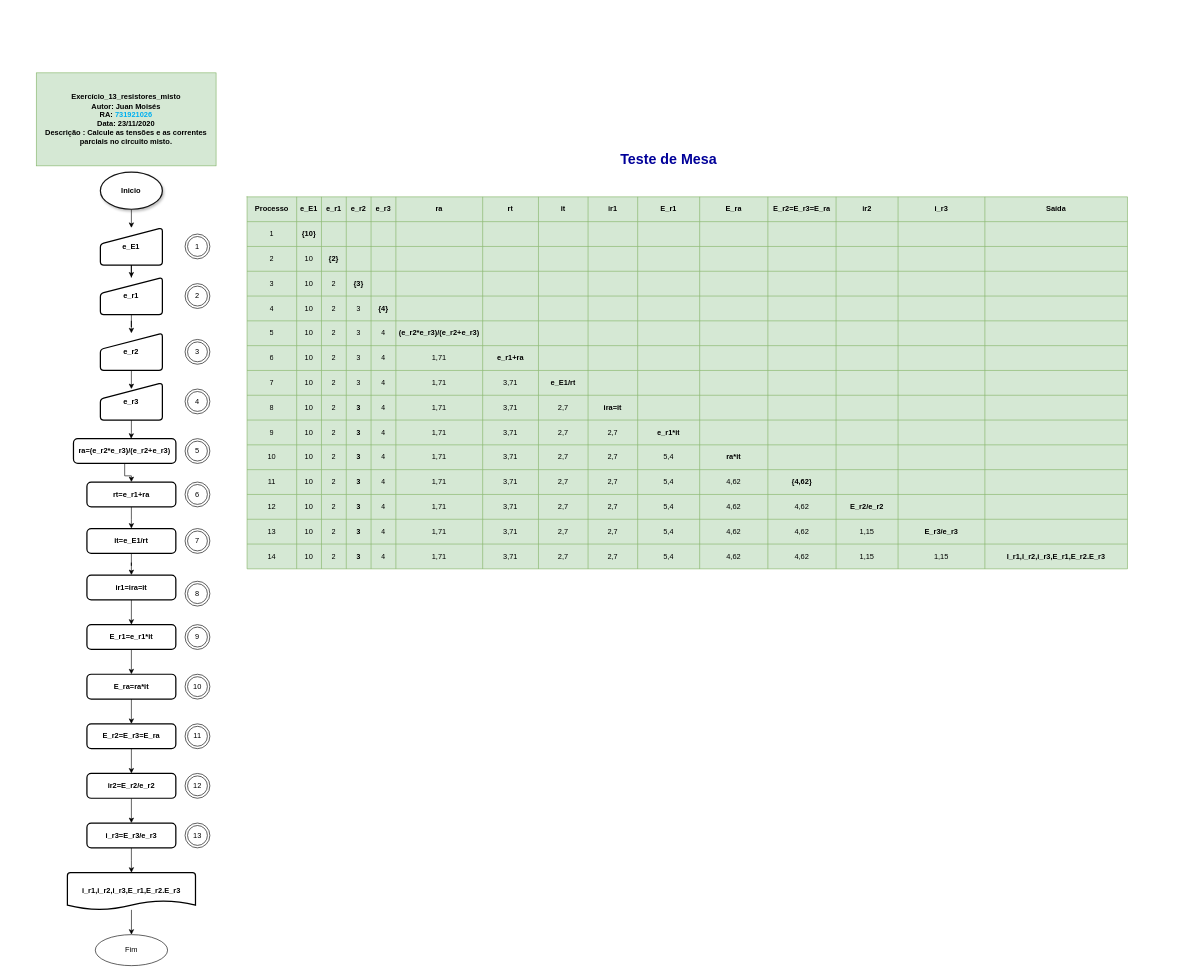
The draw.io diagram Exercicio_13_resistores_misto.drawio in juanmoises/FATEC-ELETRONICA-731921026-juan-LTP, before the edit. Source tidied: cells renumbered, new cells numbered last; positions are measured from the earlier drawing's top-left corner, leaving out a move shared by most shapes. Both pictures are drawn from the tidied source at 62%, with x=0, y=0 at pixel (36, 73).
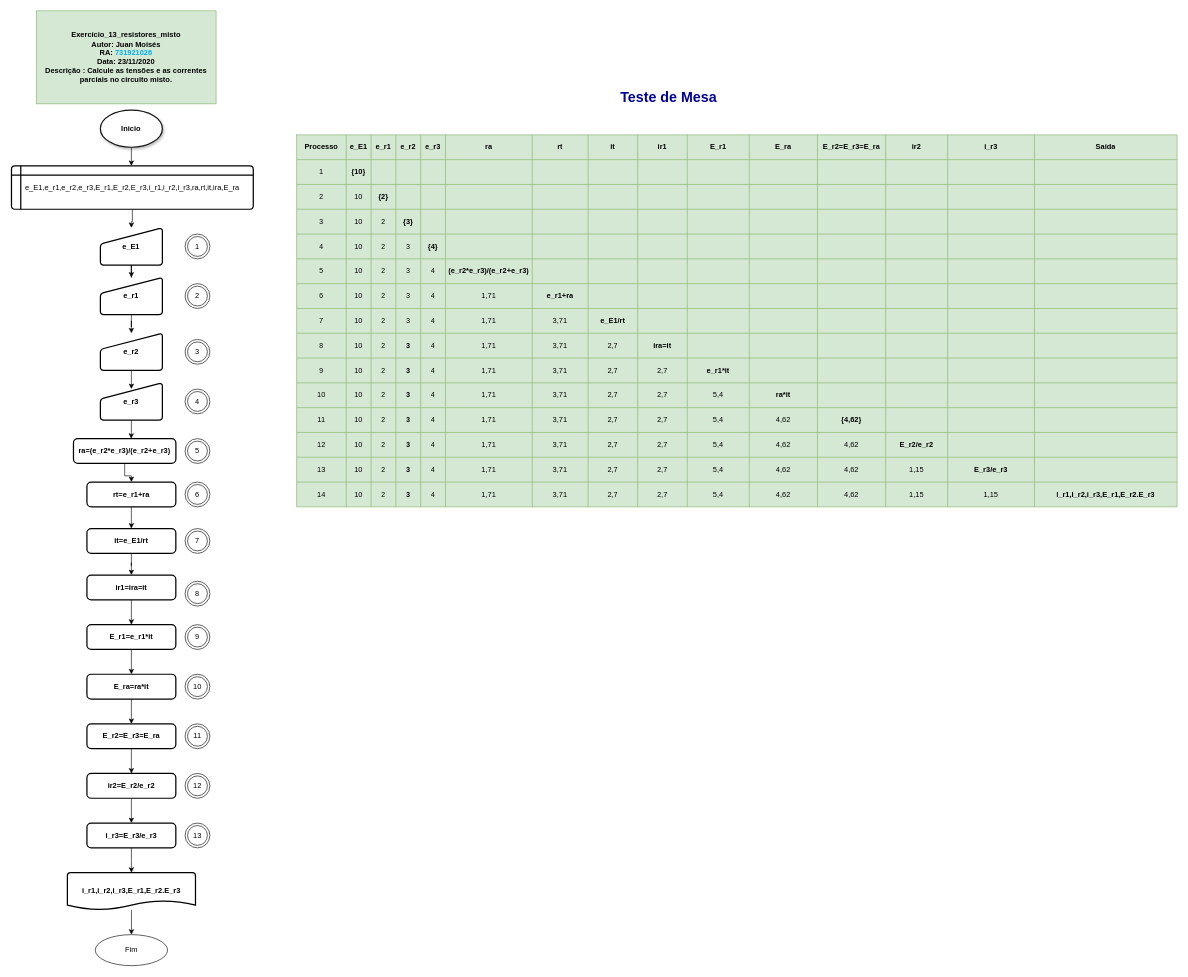
After the change.

The change refers to these unchanged cells:
```xml
<mxCell id="257" value="e_E1" style="html=1;strokeWidth=2;shape=manualInput;whiteSpace=wrap;rounded=1;size=26;arcSize=11;fontStyle=1;" parent="1" vertex="1">
  <mxGeometry x="103.4" y="250" width="100" height="60" as="geometry" />
</mxCell>
```

The edit, as a diff of the source:
```diff
@@
     <mxCell id="2" value="Exercício_13_resistores_misto&lt;br&gt;Autor: Juan Moisés&lt;br&gt;RA:&amp;nbsp;&lt;b&gt;&lt;span style=&quot;font-size: 9.0pt ; line-height: 107% ; font-family: &amp;#34;calibri&amp;#34; , sans-serif ; color: #00b0f0&quot;&gt;731921026&lt;/span&gt;&lt;/b&gt;&lt;br&gt;Data: 23/11/2020&lt;br&gt;Descrição :&amp;nbsp;Calcule as tensões e as correntes parciais no circuito misto." style="text;html=1;strokeColor=#82b366;fillColor=#d5e8d4;align=center;verticalAlign=middle;whiteSpace=wrap;rounded=0;fontStyle=1;" parent="1" vertex="1">
-      <mxGeometry width="290" height="150" as="geometry" />
+      <mxGeometry y="-100" width="290" height="150" as="geometry" />
     </mxCell>
     <mxCell id="3" style="shape=table;html=1;whiteSpace=wrap;startSize=0;childLayout=tableLayout;fillColor=#d5e8d4;strokeColor=#82b366;" parent="1" vertex="1">
-      <mxGeometry x="340" y="200" width="1420" height="600" as="geometry" />
+      <mxGeometry x="420" y="100" width="1420" height="600" as="geometry" />
     </mxCell>
@@
     <mxCell id="244" value="&lt;b&gt;&lt;font color=&quot;#000099&quot; style=&quot;font-size: 23px&quot;&gt;Teste de Mesa&lt;/font&gt;&lt;/b&gt;" style="text;html=1;strokeColor=none;fillColor=none;align=center;verticalAlign=middle;whiteSpace=wrap;rounded=0;shadow=1;fontSize=15;" parent="1" vertex="1">
-      <mxGeometry x="890" y="130" width="260" height="20" as="geometry" />
+      <mxGeometry x="890" y="30" width="260" height="20" as="geometry" />
     </mxCell>
     <mxCell id="245" style="edgeStyle=orthogonalEdgeStyle;rounded=0;jettySize=auto;html=1;exitX=0.5;exitY=1;exitDx=0;exitDy=0;exitPerimeter=0;entryX=0.5;entryY=0;entryDx=0;entryDy=0;fontStyle=1;" parent="1" edge="1" source="246">
       <mxGeometry relative="1" as="geometry">
-        <mxPoint x="153.4" y="250" as="targetPoint" />
+        <mxPoint x="153.4" y="150" as="targetPoint" />
       </mxGeometry>
     </mxCell>
     <mxCell id="246" value="Inicio" style="strokeWidth=2;html=1;shape=mxgraph.flowchart.start_1;whiteSpace=wrap;fillColor=#FFFFFF;strokeColor=#141414;shadow=1;fontStyle=1;" parent="1" vertex="1">
-      <mxGeometry x="103.4" y="160" width="100" height="60" as="geometry" />
+      <mxGeometry x="103.4" y="60" width="100" height="60" as="geometry" />
     </mxCell>
@@
+    <mxCell id="289" style="edgeStyle=orthogonalEdgeStyle;rounded=0;jettySize=auto;html=1;" parent="1" edge="1" source="290" target="257">
+      <mxGeometry relative="1" as="geometry" />
+    </mxCell>
+    <mxCell id="290" value="&lt;span style=&quot;font-size: 12px&quot;&gt;e_E1,e_r1,e_r2,e_r3,E_r1,E_r2,E_r3,i_r1,i_r2,i_r3,ra,rt,it,ira,E_ra&lt;/span&gt;" style="shape=internalStorage;whiteSpace=wrap;html=1;dx=15;dy=15;rounded=1;arcSize=8;strokeWidth=2;" parent="1" vertex="1">
+      <mxGeometry x="-40" y="150" width="390" height="70" as="geometry" />
+    </mxCell>
```
